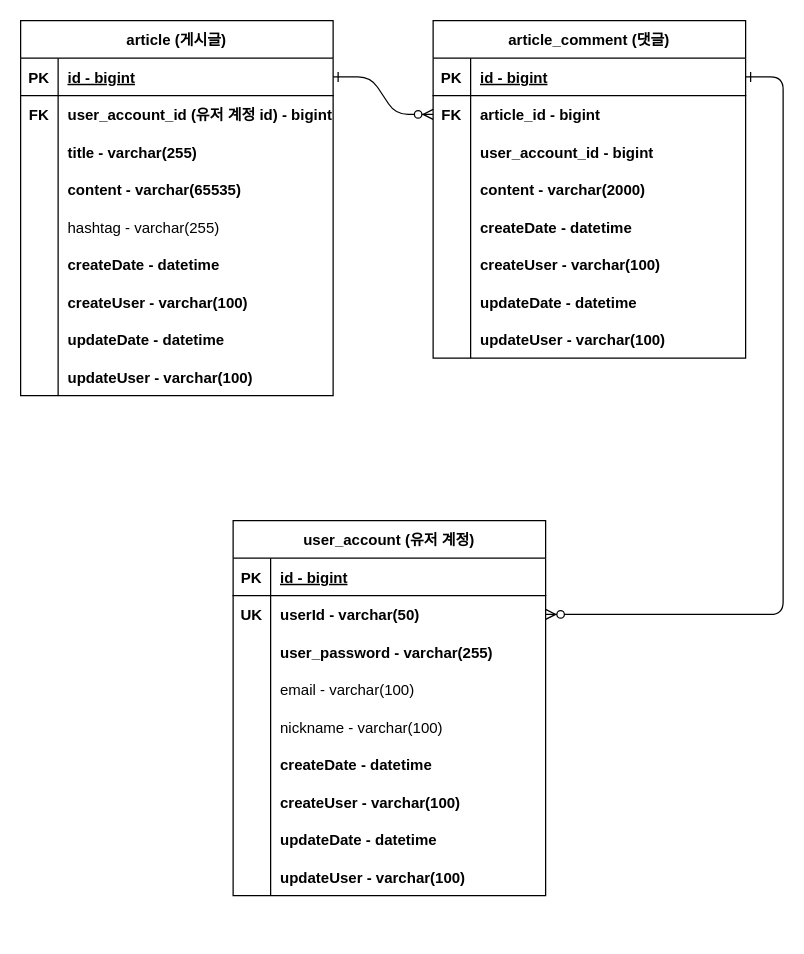
Earlier version of the draw.io diagram document/boardProjectERD.drawio (ChoiHyunGeun/fastcampus-project-board). Source tidied: cells renumbered, new cells numbered last; positions are measured from the earlier drawing's top-left corner, leaving out a move shared by most shapes. Both pictures are drawn from the tidied source at 125%, with x=0, y=0 at pixel (20, 20).
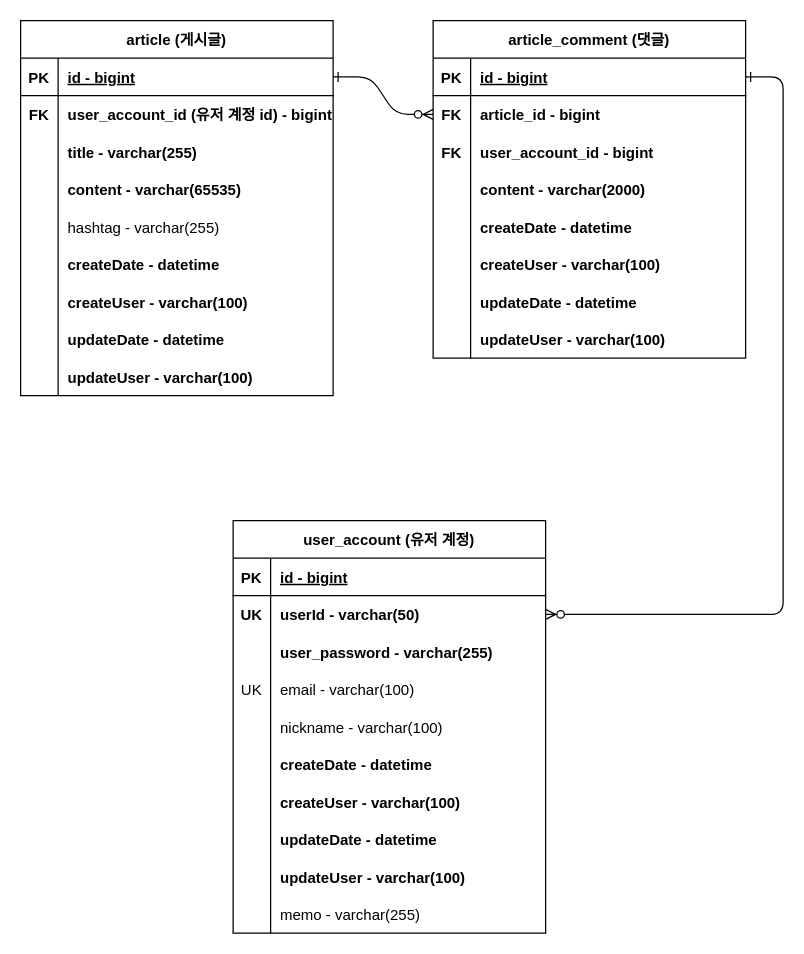
After the change.

Commit message:
생략된 컬럼 추가,  UK, FK관계 재정의

Unchanged cells that the change refers to:
```xml
<mxCell id="11" style="shape=partialRectangle;fillColor=none;top=0;left=0;right=0;bottom=0;fontStyle=1;" parent="4" vertex="1">
  <mxGeometry y="90" width="250" height="30" as="geometry" />
</mxCell>
<mxCell id="39" style="shape=partialRectangle;fillColor=none;top=0;left=0;right=0;bottom=0;" parent="29" vertex="1">
  <mxGeometry y="120" width="250" height="30" as="geometry" />
</mxCell>
```

Change to the diagram source:
```diff
@@
-    <mxCell id="12" style="shape=partialRectangle;overflow=hidden;fillColor=none;top=0;left=0;bottom=0;right=0;fontStyle=1;" parent="11" vertex="1">
+    <mxCell id="12" value="FK" style="shape=partialRectangle;overflow=hidden;fillColor=none;top=0;left=0;bottom=0;right=0;fontStyle=1;" parent="11" vertex="1">
       <mxGeometry width="30" height="30" as="geometry" />
     </mxCell>
@@
     <mxCell id="29" value="user_account (유저 계정)" style="shape=table;startSize=30;childLayout=tableLayout;rowLines=0;fontStyle=1;align=center;" parent="1" vertex="1">
-      <mxGeometry x="170" y="400" width="250" height="300" as="geometry" />
+      <mxGeometry x="170" y="400" width="250" height="330" as="geometry" />
     </mxCell>
@@
-    <mxCell id="40" style="shape=partialRectangle;overflow=hidden;fillColor=none;top=0;left=0;bottom=0;right=0;" parent="39" vertex="1">
+    <mxCell id="40" value="UK" style="shape=partialRectangle;overflow=hidden;fillColor=none;top=0;left=0;bottom=0;right=0;" parent="39" vertex="1">
       <mxGeometry width="30" height="30" as="geometry" />
     </mxCell>
@@
+    <mxCell id="85" style="shape=partialRectangle;fillColor=none;top=0;left=0;right=0;bottom=0;" parent="29" vertex="1">
+      <mxGeometry y="300" width="250" height="30" as="geometry" />
+    </mxCell>
+    <mxCell id="86" style="shape=partialRectangle;overflow=hidden;fillColor=none;top=0;left=0;bottom=0;right=0;" parent="85" vertex="1">
+      <mxGeometry width="30" height="30" as="geometry" />
+    </mxCell>
+    <mxCell id="87" value="memo - varchar(255)" style="shape=partialRectangle;overflow=hidden;fillColor=none;top=0;left=0;bottom=0;right=0;align=left;spacingLeft=6;" parent="85" vertex="1">
+      <mxGeometry x="30" width="220" height="30" as="geometry" />
+    </mxCell>
```
